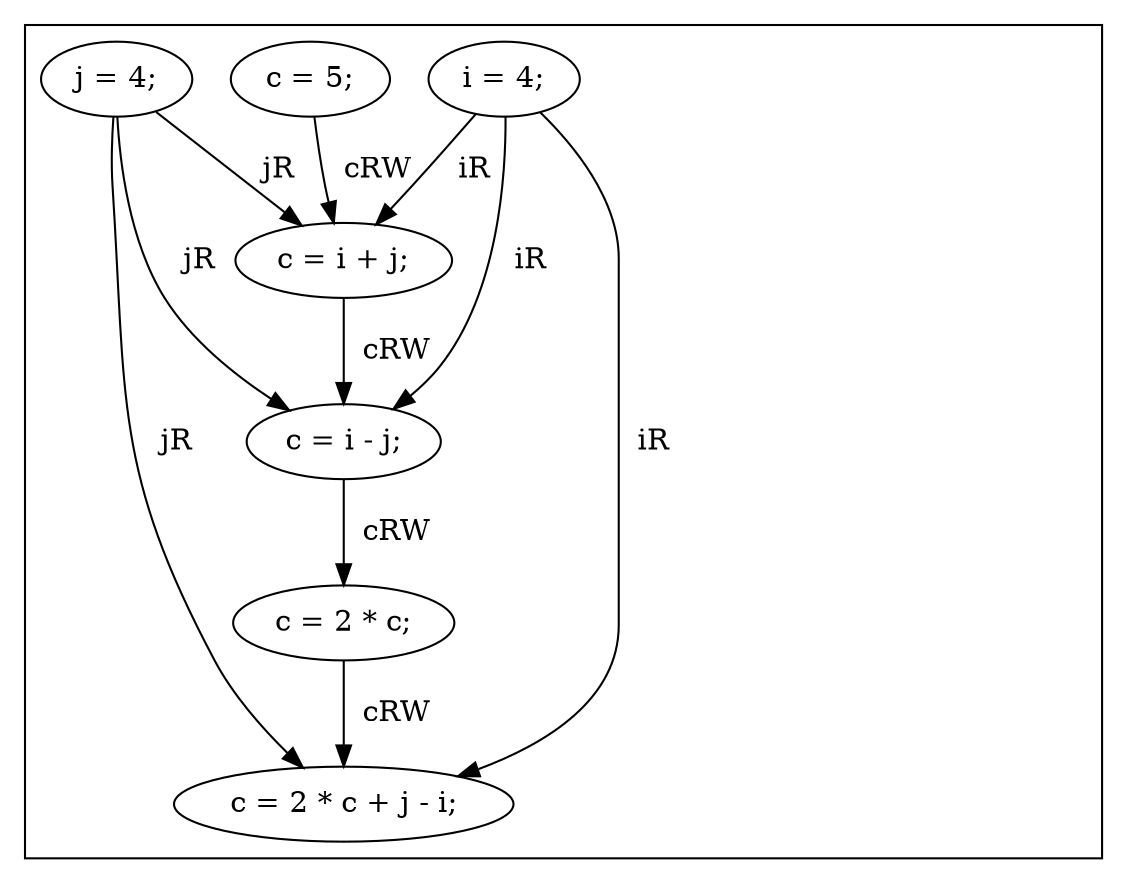
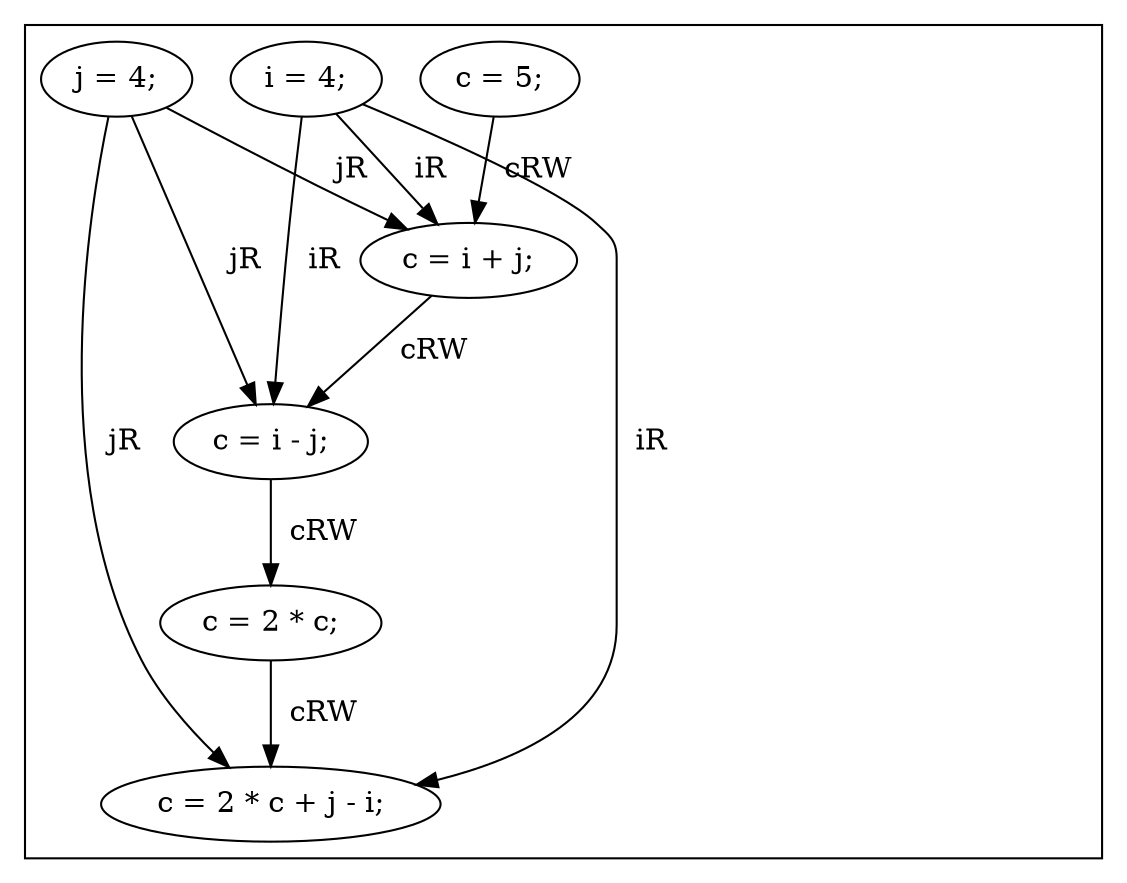
digraph G {
subgraph cluster_f0 {
    invisibleNodeScope_0 [style=invis];
    0 [label="i = 4;"];
+     1 [label="j = 4;"];
+     2 [label="c = 5;"];
+     3 [label="c = i + j;"];
+     4 [label="c = i - j;"];
+     5 [label="c = 2 * c;"];
+     6 [label="c = 2 * c + j - i;"];
+ }
    0 -> 6[label="  iR"];
    0 -> 4[label="  iR"];
    0 -> 3[label="  iR"];
-     1 [label="j = 4;"];
    1 -> 6[label="  jR"];
    1 -> 4[label="  jR"];
    1 -> 3[label="  jR"];
-     2 [label="c = 5;"];
    2 -> 3[label="  cRW"];
-     3 [label="c = i + j;"];
    3 -> 4[label="  cRW"];
-     4 [label="c = i - j;"];
    4 -> 5[label="  cRW"];
-     5 [label="c = 2 * c;"];
    5 -> 6[label="  cRW"];
-     6 [label="c = 2 * c + j - i;"];
}
- }
